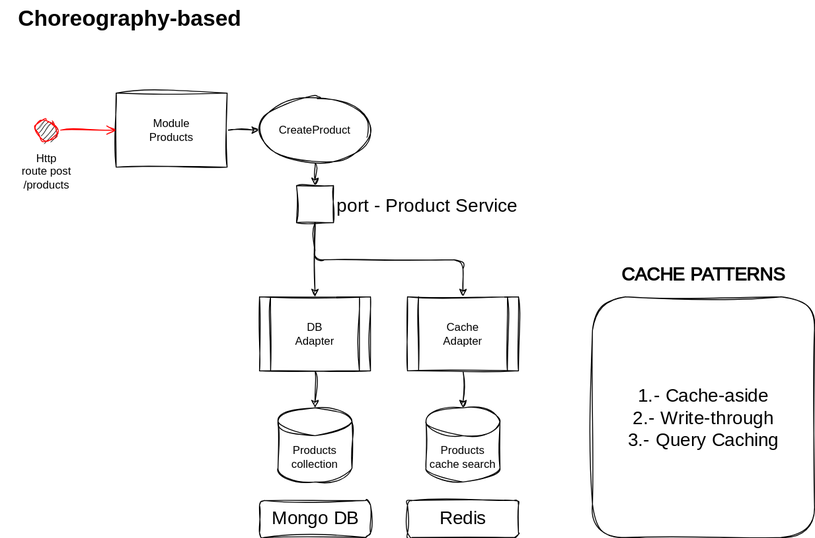
Before: _docs/diagrams/use-cases/create-product.drawio.svg, a diagram exported from draw.io (jovicon/nestjs-clean-architecture-event-driven-template). Source tidied: cells renumbered, new cells last; positions are measured from the earlier drawing's top-left corner, leaving out a move shared by most shapes.
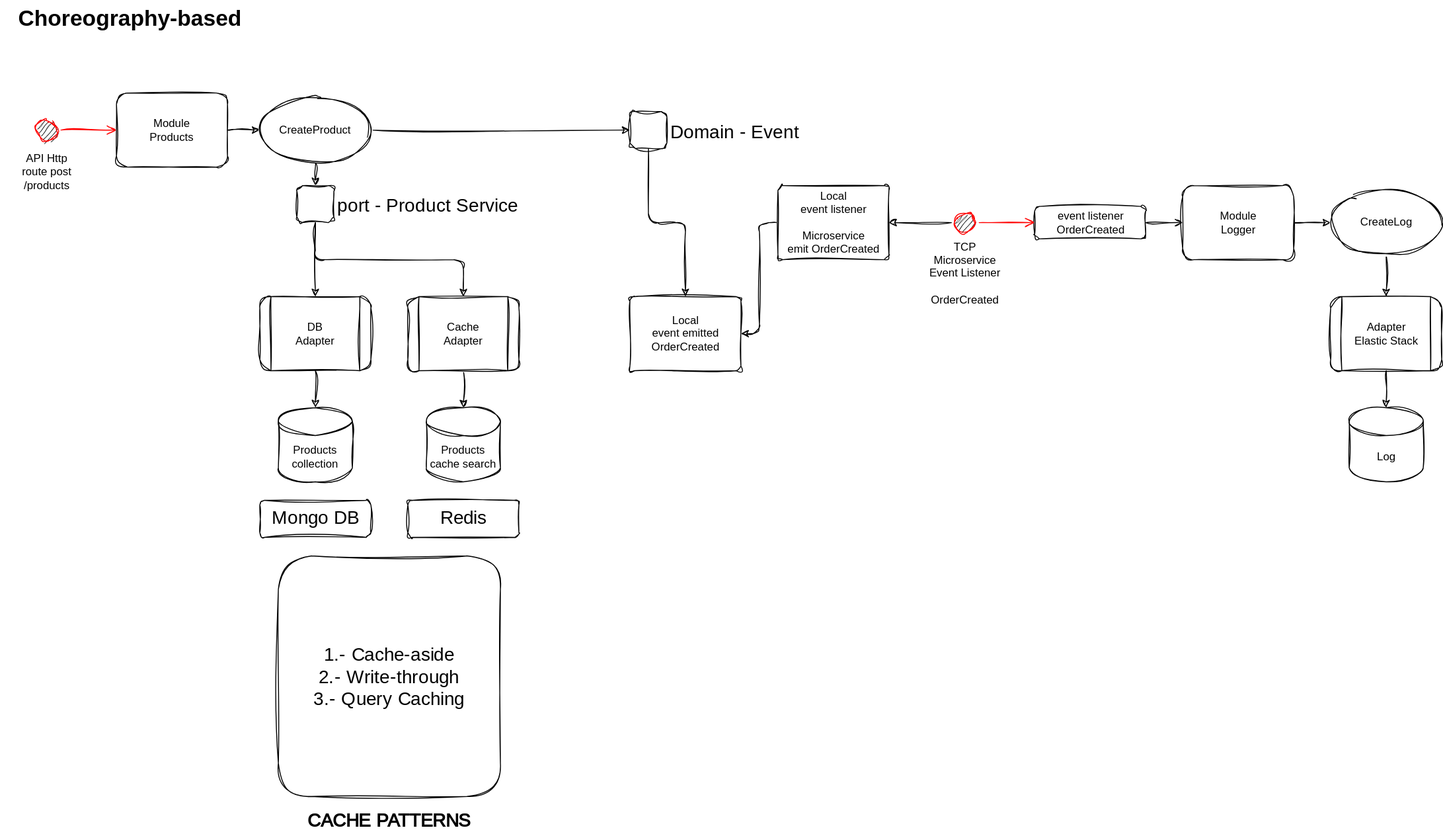
Later version of the same file.

Commit message:
added: upgrade from use case

Change to the diagram source:
```diff
@@ -2,43 +2,46 @@
   <root>
     <mxCell id="0" />
     <mxCell id="1" parent="0" />
-    <mxCell id="2" style="edgeStyle=none;html=1;entryX=0;entryY=0.5;entryDx=0;entryDy=0;rounded=0;sketch=1;curveFitting=1;jiggle=2;" parent="1" edge="1" source="3" target="6">
+    <mxCell id="2" style="edgeStyle=none;html=1;entryX=0;entryY=0.5;entryDx=0;entryDy=0;rounded=1;sketch=1;curveFitting=1;jiggle=2;" parent="1" edge="1" source="3" target="6">
       <mxGeometry relative="1" as="geometry" />
     </mxCell>
-    <mxCell id="3" value="Module&lt;br&gt;Products" style="rounded=0;whiteSpace=wrap;html=1;sketch=1;curveFitting=1;jiggle=2;" parent="1" vertex="1">
+    <mxCell id="3" value="Module&lt;br&gt;Products" style="rounded=1;whiteSpace=wrap;html=1;sketch=1;curveFitting=1;jiggle=2;" parent="1" vertex="1">
       <mxGeometry x="125" y="100" width="120" height="80" as="geometry" />
     </mxCell>
-    <mxCell id="4" value="Products&lt;br&gt;collection" style="shape=cylinder3;whiteSpace=wrap;html=1;boundedLbl=1;backgroundOutline=1;size=15;rounded=0;sketch=1;curveFitting=1;jiggle=2;" parent="1" vertex="1">
+    <mxCell id="4" value="Products&lt;br&gt;collection" style="shape=cylinder3;whiteSpace=wrap;html=1;boundedLbl=1;backgroundOutline=1;size=15;rounded=1;sketch=1;curveFitting=1;jiggle=2;" parent="1" vertex="1">
       <mxGeometry x="300" y="440" width="80" height="80" as="geometry" />
     </mxCell>
-    <mxCell id="5" style="edgeStyle=none;sketch=1;hachureGap=4;jiggle=2;curveFitting=1;html=1;entryX=0.5;entryY=0;entryDx=0;entryDy=0;fontFamily=Architects Daughter;fontSource=https%3A%2F%2Ffonts.googleapis.com%2Fcss%3Ffamily%3DArchitects%2BDaughter;fontSize=16;" parent="1" edge="1" source="6" target="15">
+    <mxCell id="5" style="edgeStyle=none;hachureGap=4;html=1;entryX=0.5;entryY=0;entryDx=0;entryDy=0;fontFamily=Architects Daughter;fontSource=https%3A%2F%2Ffonts.googleapis.com%2Fcss%3Ffamily%3DArchitects%2BDaughter;fontSize=16;rounded=1;sketch=1;curveFitting=1;jiggle=2;" parent="1" edge="1" source="6" target="15">
       <mxGeometry relative="1" as="geometry" />
     </mxCell>
+    <mxCell id="23" style="edgeStyle=none;sketch=1;hachureGap=4;jiggle=2;curveFitting=1;html=1;entryX=0;entryY=0.5;entryDx=0;entryDy=0;fontFamily=Architects Daughter;fontSource=https%3A%2F%2Ffonts.googleapis.com%2Fcss%3Ffamily%3DArchitects%2BDaughter;fontSize=16;" parent="1" edge="1" source="6" target="41">
+      <mxGeometry relative="1" as="geometry" />
+    </mxCell>
-    <mxCell id="6" value="CreateProduct" style="ellipse;whiteSpace=wrap;html=1;rounded=0;sketch=1;curveFitting=1;jiggle=2;" parent="1" vertex="1">
+    <mxCell id="6" value="CreateProduct" style="ellipse;whiteSpace=wrap;html=1;rounded=1;sketch=1;curveFitting=1;jiggle=2;" parent="1" vertex="1">
       <mxGeometry x="280" y="105" width="120" height="70" as="geometry" />
     </mxCell>
-    <mxCell id="7" style="edgeStyle=none;html=1;entryX=0.5;entryY=0;entryDx=0;entryDy=0;entryPerimeter=0;rounded=0;sketch=1;curveFitting=1;jiggle=2;" parent="1" edge="1" source="8" target="4">
+    <mxCell id="7" style="edgeStyle=none;html=1;entryX=0.5;entryY=0;entryDx=0;entryDy=0;entryPerimeter=0;rounded=1;sketch=1;curveFitting=1;jiggle=2;" parent="1" edge="1" source="8" target="4">
       <mxGeometry relative="1" as="geometry" />
     </mxCell>
-    <mxCell id="8" value="DB&lt;br&gt;Adapter" style="shape=process;whiteSpace=wrap;html=1;backgroundOutline=1;rounded=0;sketch=1;curveFitting=1;jiggle=2;" parent="1" vertex="1">
+    <mxCell id="8" value="DB&lt;br&gt;Adapter" style="shape=process;whiteSpace=wrap;html=1;backgroundOutline=1;rounded=1;sketch=1;curveFitting=1;jiggle=2;" parent="1" vertex="1">
       <mxGeometry x="280" y="320" width="120" height="80" as="geometry" />
     </mxCell>
-    <mxCell id="9" style="ellipse;html=1;shape=startState;fillColor=#000000;strokeColor=#ff0000;rounded=0;sketch=1;curveFitting=1;jiggle=2;" parent="1" vertex="1">
+    <mxCell id="9" style="ellipse;html=1;shape=startState;fillColor=#000000;strokeColor=#ff0000;rounded=1;sketch=1;curveFitting=1;jiggle=2;" parent="1" vertex="1">
       <mxGeometry x="35" y="125" width="30" height="30" as="geometry" />
     </mxCell>
-    <mxCell id="10" style="edgeStyle=orthogonalEdgeStyle;html=1;verticalAlign=bottom;endArrow=open;endSize=8;strokeColor=#ff0000;entryX=0;entryY=0.5;entryDx=0;entryDy=0;rounded=0;sketch=1;curveFitting=1;jiggle=2;" parent="1" edge="1" source="9" target="3">
+    <mxCell id="10" style="edgeStyle=orthogonalEdgeStyle;html=1;verticalAlign=bottom;endArrow=open;endSize=8;strokeColor=#ff0000;entryX=0;entryY=0.5;entryDx=0;entryDy=0;rounded=1;sketch=1;curveFitting=1;jiggle=2;" parent="1" edge="1" source="9" target="3">
       <mxGeometry relative="1" as="geometry" />
     </mxCell>
-    <mxCell id="11" value="Http &lt;br&gt;route post /products" style="text;html=1;strokeColor=none;fillColor=none;align=center;verticalAlign=middle;whiteSpace=wrap;rounded=0;sketch=1;curveFitting=1;jiggle=2;" parent="1" vertex="1">
+    <mxCell id="11" value="API Http &lt;br&gt;route post /products" style="text;html=1;strokeColor=none;fillColor=none;align=center;verticalAlign=middle;whiteSpace=wrap;rounded=1;sketch=1;curveFitting=1;jiggle=2;" parent="1" vertex="1">
       <mxGeometry x="10" y="160" width="80" height="50" as="geometry" />
     </mxCell>
-    <mxCell id="12" value="&lt;span style=&quot;font-size: 24px;&quot;&gt;&lt;b&gt;Choreography-based&lt;/b&gt;&lt;/span&gt;" style="text;html=1;strokeColor=none;fillColor=none;align=center;verticalAlign=middle;whiteSpace=wrap;rounded=0;sketch=1;curveFitting=1;jiggle=2;" parent="1" vertex="1">
+    <mxCell id="12" value="&lt;span style=&quot;font-size: 24px;&quot;&gt;&lt;b&gt;Choreography-based&lt;/b&gt;&lt;/span&gt;" style="text;html=1;strokeColor=none;fillColor=none;align=center;verticalAlign=middle;whiteSpace=wrap;rounded=1;sketch=1;curveFitting=1;jiggle=2;" parent="1" vertex="1">
       <mxGeometry width="280" height="40" as="geometry" />
     </mxCell>
-    <mxCell id="13" style="edgeStyle=none;sketch=1;hachureGap=4;jiggle=2;curveFitting=1;html=1;entryX=0.5;entryY=0;entryDx=0;entryDy=0;fontFamily=Architects Daughter;fontSource=https%3A%2F%2Ffonts.googleapis.com%2Fcss%3Ffamily%3DArchitects%2BDaughter;fontSize=16;" parent="1" edge="1" source="15" target="8">
+    <mxCell id="13" style="edgeStyle=none;hachureGap=4;html=1;entryX=0.5;entryY=0;entryDx=0;entryDy=0;fontFamily=Architects Daughter;fontSource=https%3A%2F%2Ffonts.googleapis.com%2Fcss%3Ffamily%3DArchitects%2BDaughter;fontSize=16;rounded=1;sketch=1;curveFitting=1;jiggle=2;" parent="1" edge="1" source="15" target="8">
       <mxGeometry relative="1" as="geometry" />
     </mxCell>
-    <mxCell id="14" style="edgeStyle=none;sketch=1;hachureGap=4;jiggle=2;curveFitting=1;html=1;entryX=0.5;entryY=0;entryDx=0;entryDy=0;fontFamily=Architects Daughter;fontSource=https%3A%2F%2Ffonts.googleapis.com%2Fcss%3Ffamily%3DArchitects%2BDaughter;fontSize=16;" parent="1" edge="1" source="15" target="17">
+    <mxCell id="14" style="edgeStyle=none;hachureGap=4;html=1;entryX=0.5;entryY=0;entryDx=0;entryDy=0;fontFamily=Architects Daughter;fontSource=https%3A%2F%2Ffonts.googleapis.com%2Fcss%3Ffamily%3DArchitects%2BDaughter;fontSize=16;rounded=1;sketch=1;curveFitting=1;jiggle=2;" parent="1" edge="1" source="15" target="17">
       <mxGeometry relative="1" as="geometry">
         <Array as="points">
           <mxPoint x="340" y="280" />
@@ -46,29 +49,97 @@
         </Array>
       </mxGeometry>
     </mxCell>
-    <mxCell id="15" value="port - Product Service" style="fontStyle=0;labelPosition=right;verticalLabelPosition=middle;align=left;verticalAlign=middle;spacingLeft=2;sketch=1;hachureGap=4;jiggle=2;curveFitting=1;fontFamily=Architects Daughter;fontSource=https%3A%2F%2Ffonts.googleapis.com%2Fcss%3Ffamily%3DArchitects%2BDaughter;fontSize=20;" parent="1" vertex="1">
+    <mxCell id="15" value="port - Product Service" style="fontStyle=0;labelPosition=right;verticalLabelPosition=middle;align=left;verticalAlign=middle;spacingLeft=2;hachureGap=4;fontFamily=Architects Daughter;fontSource=https%3A%2F%2Ffonts.googleapis.com%2Fcss%3Ffamily%3DArchitects%2BDaughter;fontSize=20;rounded=1;sketch=1;curveFitting=1;jiggle=2;" parent="1" vertex="1">
       <mxGeometry x="320" y="200" width="40" height="40" as="geometry" />
     </mxCell>
-    <mxCell id="16" style="edgeStyle=none;sketch=1;hachureGap=4;jiggle=2;curveFitting=1;html=1;entryX=0.5;entryY=0;entryDx=0;entryDy=0;entryPerimeter=0;fontFamily=Architects Daughter;fontSource=https%3A%2F%2Ffonts.googleapis.com%2Fcss%3Ffamily%3DArchitects%2BDaughter;fontSize=16;" parent="1" edge="1" source="17" target="18">
+    <mxCell id="16" style="edgeStyle=none;hachureGap=4;html=1;entryX=0.5;entryY=0;entryDx=0;entryDy=0;entryPerimeter=0;fontFamily=Architects Daughter;fontSource=https%3A%2F%2Ffonts.googleapis.com%2Fcss%3Ffamily%3DArchitects%2BDaughter;fontSize=16;rounded=1;sketch=1;curveFitting=1;jiggle=2;" parent="1" edge="1" source="17" target="18">
       <mxGeometry relative="1" as="geometry" />
     </mxCell>
-    <mxCell id="17" value="Cache&lt;br&gt;Adapter" style="shape=process;whiteSpace=wrap;html=1;backgroundOutline=1;rounded=0;sketch=1;curveFitting=1;jiggle=2;" parent="1" vertex="1">
+    <mxCell id="17" value="Cache&lt;br&gt;Adapter" style="shape=process;whiteSpace=wrap;html=1;backgroundOutline=1;rounded=1;sketch=1;curveFitting=1;jiggle=2;" parent="1" vertex="1">
       <mxGeometry x="440" y="320" width="120" height="80" as="geometry" />
     </mxCell>
-    <mxCell id="18" value="Products&lt;br&gt;cache search" style="shape=cylinder3;whiteSpace=wrap;html=1;boundedLbl=1;backgroundOutline=1;size=15;rounded=0;sketch=1;curveFitting=1;jiggle=2;" parent="1" vertex="1">
+    <mxCell id="18" value="Products&lt;br&gt;cache search" style="shape=cylinder3;whiteSpace=wrap;html=1;boundedLbl=1;backgroundOutline=1;size=15;rounded=1;sketch=1;curveFitting=1;jiggle=2;" parent="1" vertex="1">
       <mxGeometry x="460" y="440" width="80" height="80" as="geometry" />
     </mxCell>
-    <mxCell id="19" value="Mongo DB" style="html=1;align=center;verticalAlign=top;rounded=1;absoluteArcSize=1;arcSize=10;dashed=0;sketch=1;hachureGap=4;jiggle=2;curveFitting=1;fontFamily=Architects Daughter;fontSource=https%3A%2F%2Ffonts.googleapis.com%2Fcss%3Ffamily%3DArchitects%2BDaughter;fontSize=20;" parent="1" vertex="1">
+    <mxCell id="19" value="Mongo DB" style="html=1;align=center;verticalAlign=top;rounded=1;absoluteArcSize=1;arcSize=10;dashed=0;hachureGap=4;fontFamily=Architects Daughter;fontSource=https%3A%2F%2Ffonts.googleapis.com%2Fcss%3Ffamily%3DArchitects%2BDaughter;fontSize=20;sketch=1;curveFitting=1;jiggle=2;" parent="1" vertex="1">
       <mxGeometry x="280" y="540" width="120" height="40" as="geometry" />
     </mxCell>
-    <mxCell id="20" value="Redis" style="html=1;align=center;verticalAlign=top;rounded=1;absoluteArcSize=1;arcSize=10;dashed=0;sketch=1;hachureGap=4;jiggle=2;curveFitting=1;fontFamily=Architects Daughter;fontSource=https%3A%2F%2Ffonts.googleapis.com%2Fcss%3Ffamily%3DArchitects%2BDaughter;fontSize=20;" parent="1" vertex="1">
+    <mxCell id="20" value="Redis" style="html=1;align=center;verticalAlign=top;rounded=1;absoluteArcSize=1;arcSize=10;dashed=0;hachureGap=4;fontFamily=Architects Daughter;fontSource=https%3A%2F%2Ffonts.googleapis.com%2Fcss%3Ffamily%3DArchitects%2BDaughter;fontSize=20;sketch=1;curveFitting=1;jiggle=2;" parent="1" vertex="1">
       <mxGeometry x="440" y="540" width="120" height="40" as="geometry" />
     </mxCell>
-    <mxCell id="21" value="&lt;b&gt;CACHE PATTERNS&lt;/b&gt;" style="text;html=1;strokeColor=none;fillColor=none;align=center;verticalAlign=middle;whiteSpace=wrap;rounded=0;sketch=1;hachureGap=4;jiggle=2;curveFitting=1;fontFamily=Architects Daughter;fontSource=https%3A%2F%2Ffonts.googleapis.com%2Fcss%3Ffamily%3DArchitects%2BDaughter;fontSize=20;" parent="1" vertex="1">
-      <mxGeometry x="665" y="280" width="190" height="30" as="geometry" />
+    <mxCell id="21" value="&lt;b&gt;CACHE PATTERNS&lt;/b&gt;" style="text;html=1;strokeColor=none;fillColor=none;align=center;verticalAlign=middle;whiteSpace=wrap;rounded=1;hachureGap=4;fontFamily=Architects Daughter;fontSource=https%3A%2F%2Ffonts.googleapis.com%2Fcss%3Ffamily%3DArchitects%2BDaughter;fontSize=20;sketch=1;curveFitting=1;jiggle=2;" parent="1" vertex="1">
+      <mxGeometry x="325" y="870" width="190" height="30" as="geometry" />
     </mxCell>
-    <mxCell id="22" value="1.- Cache-aside&lt;br&gt;2.- Write-through&lt;br&gt;3.- Query Caching" style="rounded=1;whiteSpace=wrap;html=1;sketch=1;hachureGap=4;jiggle=2;curveFitting=1;fontFamily=Architects Daughter;fontSource=https%3A%2F%2Ffonts.googleapis.com%2Fcss%3Ffamily%3DArchitects%2BDaughter;fontSize=20;" parent="1" vertex="1">
-      <mxGeometry x="640" y="320" width="240" height="260" as="geometry" />
+    <mxCell id="22" value="1.- Cache-aside&lt;br&gt;2.- Write-through&lt;br&gt;3.- Query Caching" style="rounded=1;whiteSpace=wrap;html=1;hachureGap=4;fontFamily=Architects Daughter;fontSource=https%3A%2F%2Ffonts.googleapis.com%2Fcss%3Ffamily%3DArchitects%2BDaughter;fontSize=20;sketch=1;curveFitting=1;jiggle=2;" parent="1" vertex="1">
+      <mxGeometry x="300" y="600" width="240" height="260" as="geometry" />
     </mxCell>
+    <mxCell id="24" value="Local&lt;br&gt;event emitted&lt;br&gt;OrderCreated" style="html=1;rounded=1;absoluteArcSize=1;arcSize=10;sketch=1;curveFitting=1;jiggle=2;" parent="1" vertex="1">
+      <mxGeometry x="680" y="320" width="120" height="80" as="geometry" />
+    </mxCell>
+    <mxCell id="25" value="event listener&lt;br&gt;OrderCreated" style="html=1;rounded=1;absoluteArcSize=1;arcSize=10;sketch=1;curveFitting=1;jiggle=2;" parent="1" vertex="1">
+      <mxGeometry x="1117.5" y="222.5" width="120" height="35" as="geometry" />
+    </mxCell>
+    <mxCell id="26" style="endArrow=open;html=1;rounded=1;align=center;verticalAlign=top;endFill=0;labelBackgroundColor=none;endSize=6;exitX=1;exitY=0.5;exitDx=0;exitDy=0;entryX=0;entryY=0.5;entryDx=0;entryDy=0;sketch=1;curveFitting=1;jiggle=2;" parent="1" edge="1" source="25">
+      <mxGeometry relative="1" as="geometry">
+        <mxPoint x="1277.5" y="240" as="targetPoint" />
+      </mxGeometry>
+    </mxCell>
+    <mxCell id="27" style="edgeStyle=none;html=1;entryX=0;entryY=0.5;entryDx=0;entryDy=0;rounded=1;sketch=1;curveFitting=1;jiggle=2;" parent="1" edge="1" source="28" target="30">
+      <mxGeometry relative="1" as="geometry" />
+    </mxCell>
+    <mxCell id="28" value="Module&lt;br&gt;Logger" style="rounded=1;whiteSpace=wrap;html=1;sketch=1;curveFitting=1;jiggle=2;" parent="1" vertex="1">
+      <mxGeometry x="1277.5" y="200" width="120" height="80" as="geometry" />
+    </mxCell>
+    <mxCell id="29" style="edgeStyle=none;html=1;entryX=0.5;entryY=0;entryDx=0;entryDy=0;rounded=1;sketch=1;curveFitting=1;jiggle=2;" parent="1" edge="1" source="30" target="32">
+      <mxGeometry relative="1" as="geometry" />
+    </mxCell>
+    <mxCell id="30" value="CreateLog" style="ellipse;whiteSpace=wrap;html=1;rounded=1;sketch=1;curveFitting=1;jiggle=2;" parent="1" vertex="1">
+      <mxGeometry x="1437.5" y="205" width="120" height="70" as="geometry" />
+    </mxCell>
+    <mxCell id="31" style="edgeStyle=none;html=1;entryX=0.5;entryY=0;entryDx=0;entryDy=0;entryPerimeter=0;rounded=1;sketch=1;curveFitting=1;jiggle=2;" parent="1" edge="1" source="32" target="33">
+      <mxGeometry relative="1" as="geometry" />
+    </mxCell>
+    <mxCell id="32" value="Adapter&lt;br&gt;Elastic Stack" style="shape=process;whiteSpace=wrap;html=1;backgroundOutline=1;rounded=1;sketch=1;curveFitting=1;jiggle=2;" parent="1" vertex="1">
+      <mxGeometry x="1437.5" y="320" width="120" height="80" as="geometry" />
+    </mxCell>
+    <mxCell id="33" value="Log" style="shape=cylinder3;whiteSpace=wrap;html=1;boundedLbl=1;backgroundOutline=1;size=15;rounded=1;sketch=1;curveFitting=1;jiggle=2;" parent="1" vertex="1">
+      <mxGeometry x="1457.5" y="440" width="80" height="80" as="geometry" />
+    </mxCell>
+    <mxCell id="34" style="edgeStyle=none;html=1;entryX=1;entryY=0.5;entryDx=0;entryDy=0;exitX=0;exitY=0.5;exitDx=0;exitDy=0;rounded=1;sketch=1;curveFitting=1;jiggle=2;" parent="1" edge="1" source="35" target="24">
+      <mxGeometry relative="1" as="geometry">
+        <Array as="points">
+          <mxPoint x="820" y="240" />
+          <mxPoint x="820" y="360" />
+        </Array>
+      </mxGeometry>
+    </mxCell>
+    <mxCell id="35" value="Local&lt;br&gt;event listener&lt;br&gt;&lt;br&gt;Microservice&lt;br&gt;emit OrderCreated" style="html=1;rounded=1;absoluteArcSize=1;arcSize=10;sketch=1;curveFitting=1;jiggle=2;" parent="1" vertex="1">
+      <mxGeometry x="840" y="200" width="120" height="80" as="geometry" />
+    </mxCell>
+    <mxCell id="36" style="edgeStyle=none;html=1;entryX=1;entryY=0.5;entryDx=0;entryDy=0;rounded=1;sketch=1;curveFitting=1;jiggle=2;" parent="1" edge="1" source="37" target="35">
+      <mxGeometry relative="1" as="geometry" />
+    </mxCell>
+    <mxCell id="37" style="ellipse;html=1;shape=startState;fillColor=#000000;strokeColor=#ff0000;rounded=1;sketch=1;curveFitting=1;jiggle=2;" parent="1" vertex="1">
+      <mxGeometry x="1027.5" y="225" width="30" height="30" as="geometry" />
+    </mxCell>
+    <mxCell id="38" style="edgeStyle=orthogonalEdgeStyle;html=1;verticalAlign=bottom;endArrow=open;endSize=8;strokeColor=#ff0000;entryX=0;entryY=0.5;entryDx=0;entryDy=0;rounded=1;sketch=1;curveFitting=1;jiggle=2;" parent="1" edge="1" source="37">
+      <mxGeometry relative="1" as="geometry">
+        <mxPoint x="1117.5" y="240" as="targetPoint" />
+      </mxGeometry>
+    </mxCell>
+    <mxCell id="39" value="TCP&lt;br&gt;Microservice&lt;br&gt;Event Listener &lt;br&gt;&lt;span style=&quot;&quot;&gt;&lt;br&gt;OrderCreated&lt;/span&gt;" style="text;html=1;strokeColor=none;fillColor=none;align=center;verticalAlign=middle;whiteSpace=wrap;rounded=1;sketch=1;curveFitting=1;jiggle=2;" parent="1" vertex="1">
+      <mxGeometry x="980" y="260" width="125" height="70" as="geometry" />
+    </mxCell>
+    <mxCell id="40" style="edgeStyle=none;sketch=1;hachureGap=4;jiggle=2;curveFitting=1;html=1;entryX=0.5;entryY=0;entryDx=0;entryDy=0;fontFamily=Architects Daughter;fontSource=https%3A%2F%2Ffonts.googleapis.com%2Fcss%3Ffamily%3DArchitects%2BDaughter;fontSize=16;" parent="1" edge="1" source="41" target="24">
+      <mxGeometry relative="1" as="geometry">
+        <Array as="points">
+          <mxPoint x="700" y="240" />
+          <mxPoint x="740" y="240" />
+        </Array>
+      </mxGeometry>
+    </mxCell>
+    <mxCell id="41" value="Domain - Event" style="fontStyle=0;labelPosition=right;verticalLabelPosition=middle;align=left;verticalAlign=middle;spacingLeft=2;hachureGap=4;fontFamily=Architects Daughter;fontSource=https%3A%2F%2Ffonts.googleapis.com%2Fcss%3Ffamily%3DArchitects%2BDaughter;fontSize=20;rounded=1;sketch=1;curveFitting=1;jiggle=2;" parent="1" vertex="1">
+      <mxGeometry x="680" y="120" width="40" height="40" as="geometry" />
+    </mxCell>
   </root>
 </mxGraphModel>
```
